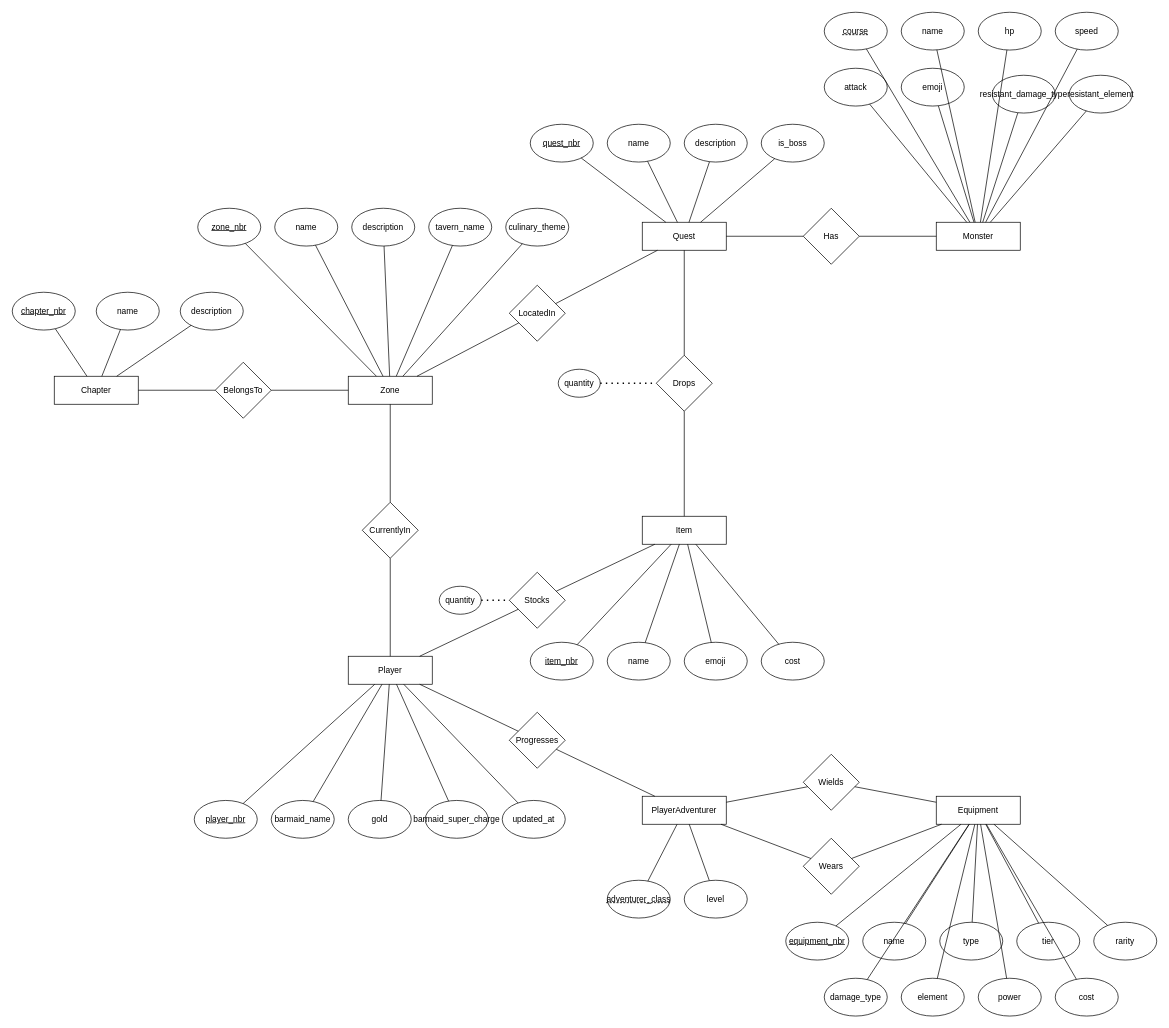
LakeFam/BattlesandBarmaids keeps this draw.io diagram as project.drawio. Above is the earlier version. Source tidied: cells renumbered, new cells numbered last; positions are measured from the earlier drawing's top-left corner, leaving out a move shared by most shapes. Both pictures are drawn from the tidied source at 70%, with x=0, y=0 at pixel (12, 12).
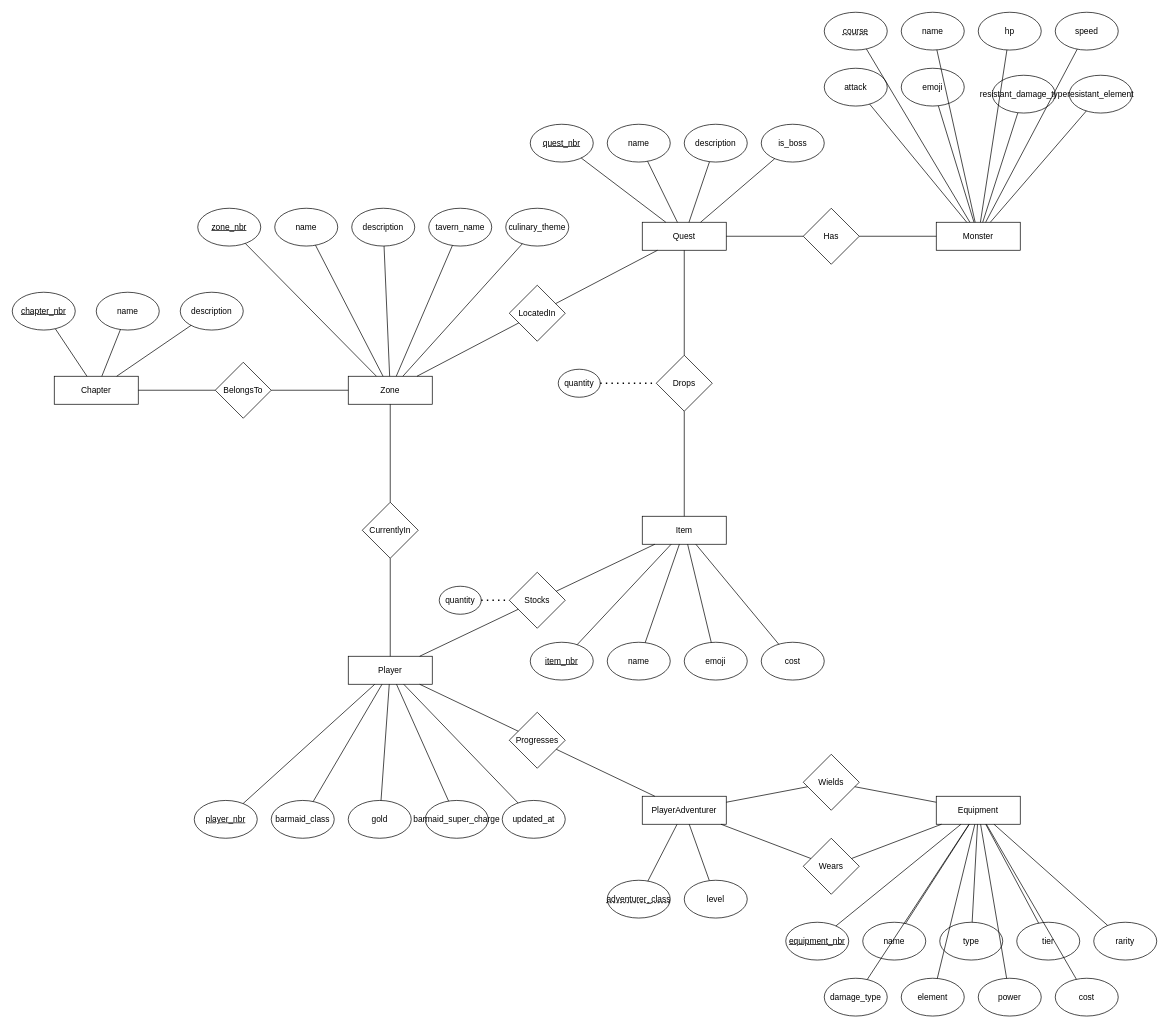
The same page after the edit.

Change to the diagram source:
```diff
@@
-    <mxCell id="44" value="barmaid_name" style="ellipse;whiteSpace=wrap;html=1;" parent="1" vertex="1">
+    <mxCell id="44" value="barmaid_class" style="ellipse;whiteSpace=wrap;html=1;" parent="1" vertex="1">
       <mxGeometry x="370" y="1126" width="90" height="54" as="geometry" />
     </mxCell>
```
